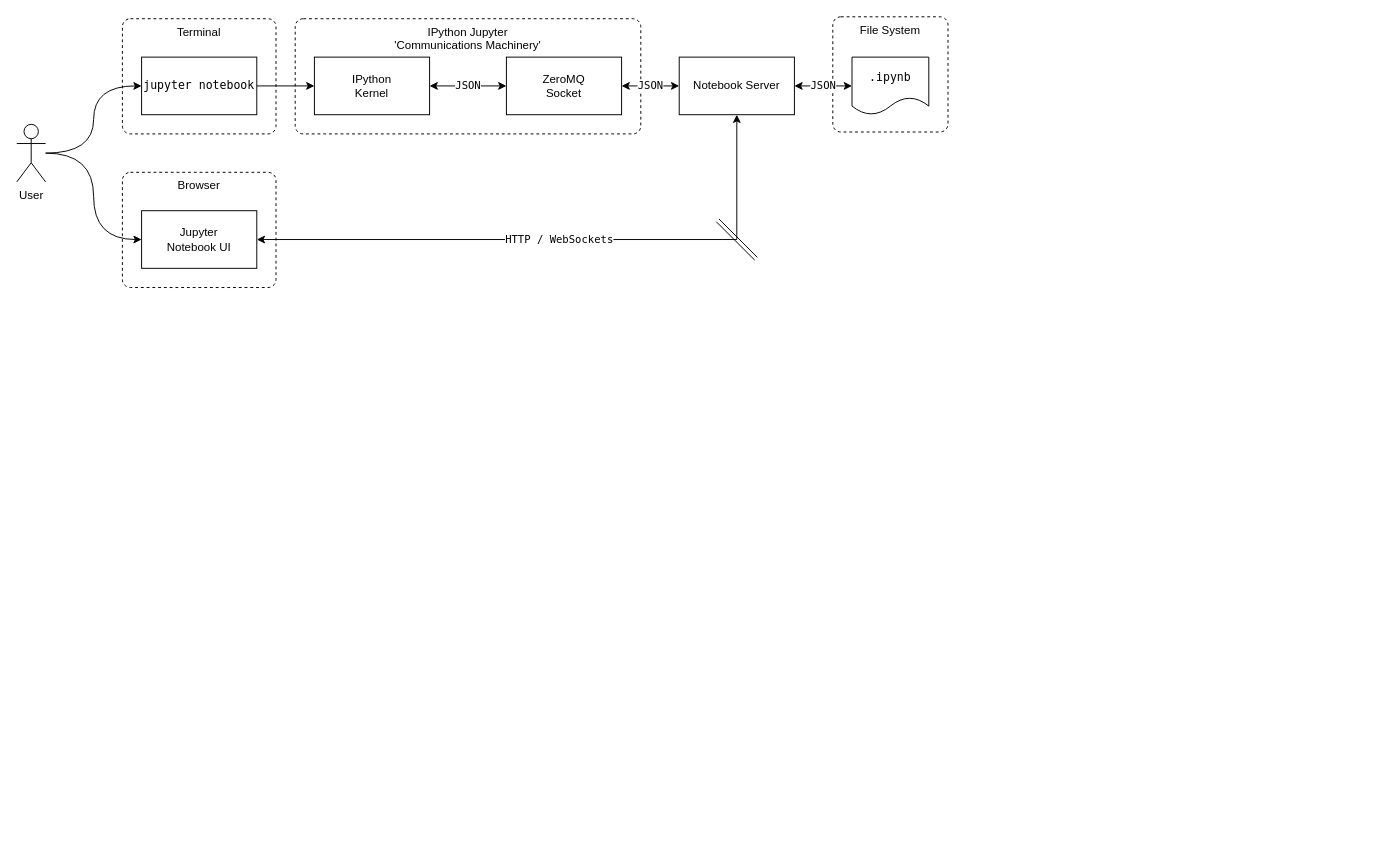
This is jupyter_notebook_architecture.drawio from panningforbacon/panningforbacon.github.io, a draw.io file, before an edit. Source tidied: cells renumbered, new cells numbered last; positions are measured from the earlier drawing's top-left corner, leaving out a move shared by most shapes. Both pictures are drawn from the tidied source at 96%, with x=0, y=0 at pixel (16, 16).
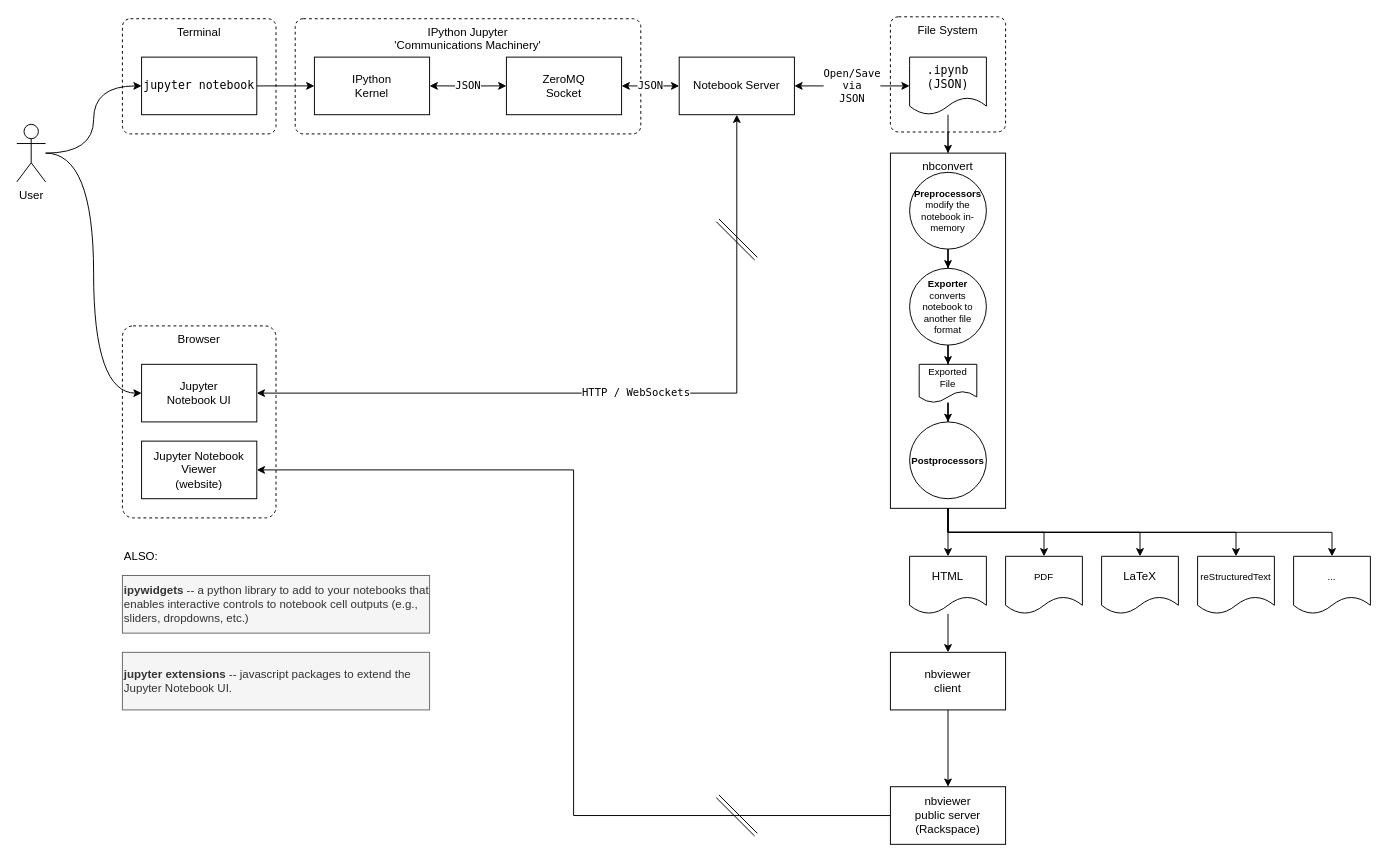
After the change.

Unchanged cells that the change refers to:
```xml
<mxCell id="14" value="Notebook Server" style="rounded=0;whiteSpace=wrap;html=1;" parent="1" vertex="1">
  <mxGeometry x="690" y="42" width="120" height="60" as="geometry" />
</mxCell>
```

The edit, as a diff of the source:
```diff
@@
     <mxCell id="11" value="Browser" style="rounded=1;whiteSpace=wrap;html=1;verticalAlign=top;dashed=1;arcSize=7;" parent="1" vertex="1">
-      <mxGeometry x="110" y="162" width="160" height="120" as="geometry" />
+      <mxGeometry x="110" y="322" width="160" height="200" as="geometry" />
     </mxCell>
     <mxCell id="12" value="Jupyter&lt;br&gt;Notebook UI" style="rounded=0;whiteSpace=wrap;html=1;" parent="1" vertex="1">
-      <mxGeometry x="130" y="202" width="120" height="60" as="geometry" />
+      <mxGeometry x="130" y="362" width="120" height="60" as="geometry" />
     </mxCell>
@@
+    <mxCell id="21" style="edgeStyle=orthogonalEdgeStyle;rounded=0;jettySize=auto;html=1;startArrow=none;startFill=0;fontFamily=Helvetica;fontSize=10;" parent="1" edge="1" source="15" target="28">
+      <mxGeometry relative="1" as="geometry" />
+    </mxCell>
     <mxCell id="15" value="File System" style="rounded=1;whiteSpace=wrap;html=1;verticalAlign=top;dashed=1;arcSize=7;" parent="1" vertex="1">
-      <mxGeometry x="850" width="120" height="120" as="geometry" />
+      <mxGeometry x="910" width="120" height="120" as="geometry" />
     </mxCell>
-    <mxCell id="16" value=".ipynb" style="shape=document;whiteSpace=wrap;html=1;boundedLbl=1;rounded=1;strokeWidth=1;fontFamily=Lucida Console;" parent="1" vertex="1">
-      <mxGeometry x="870" y="42" width="80" height="60" as="geometry" />
+    <mxCell id="16" value=".ipynb&lt;br&gt;(JSON)" style="shape=document;whiteSpace=wrap;html=1;boundedLbl=1;rounded=1;strokeWidth=1;fontFamily=Lucida Console;" parent="1" vertex="1">
+      <mxGeometry x="930" y="42" width="80" height="60" as="geometry" />
     </mxCell>
-    <mxCell id="17" value="JSON" style="edgeStyle=orthogonalEdgeStyle;rounded=0;jettySize=auto;html=1;fontFamily=Lucida Console;startArrow=classic;startFill=1;endArrow=classic;endFill=1;" parent="1" edge="1" source="14" target="16">
+    <mxCell id="17" value="Open/Save&lt;br&gt;via&lt;br&gt;JSON" style="edgeStyle=orthogonalEdgeStyle;rounded=0;jettySize=auto;html=1;fontFamily=Lucida Console;startArrow=classic;startFill=1;endArrow=classic;endFill=1;" parent="1" edge="1" source="14" target="16">
       <mxGeometry relative="1" as="geometry" />
     </mxCell>
@@
+    <mxCell id="22" value="nbconvert" style="rounded=0;whiteSpace=wrap;html=1;verticalAlign=top;" parent="1" vertex="1">
+      <mxGeometry x="910" y="142" width="120" height="370" as="geometry" />
+    </mxCell>
+    <mxCell id="23" style="edgeStyle=orthogonalEdgeStyle;rounded=0;jettySize=auto;html=1;fontFamily=Lucida Console;startArrow=none;startFill=0;endArrow=classic;endFill=1;" parent="1" edge="1" source="16" target="22">
+      <mxGeometry relative="1" as="geometry">
+        <Array as="points">
+          <mxPoint x="970" y="202" />
+        </Array>
+      </mxGeometry>
+    </mxCell>
+    <mxCell id="24" value="HTML" style="shape=document;whiteSpace=wrap;html=1;boundedLbl=1;rounded=1;strokeWidth=1;fontFamily=Helvetica;" parent="1" vertex="1">
+      <mxGeometry x="930" y="562" width="80" height="60" as="geometry" />
+    </mxCell>
+    <mxCell id="25" value="LaTeX" style="shape=document;whiteSpace=wrap;html=1;boundedLbl=1;rounded=1;strokeWidth=1;fontFamily=Helvetica;" parent="1" vertex="1">
+      <mxGeometry x="1130" y="562" width="80" height="60" as="geometry" />
+    </mxCell>
+    <mxCell id="26" value="reStructuredText" style="shape=document;whiteSpace=wrap;html=1;boundedLbl=1;rounded=1;strokeWidth=1;fontFamily=Helvetica;fontSize=10;" parent="1" vertex="1">
+      <mxGeometry x="1230" y="562" width="80" height="60" as="geometry" />
+    </mxCell>
+    <mxCell id="27" style="edgeStyle=orthogonalEdgeStyle;rounded=0;jettySize=auto;html=1;startArrow=none;startFill=0;fontFamily=Helvetica;fontSize=10;" parent="1" edge="1" source="28" target="29">
+      <mxGeometry relative="1" as="geometry" />
+    </mxCell>
+    <mxCell id="28" value="&lt;b&gt;Preprocessors&lt;/b&gt;&lt;br&gt;modify the notebook in-memory" style="ellipse;whiteSpace=wrap;html=1;fontFamily=Helvetica;fontSize=10;" parent="1" vertex="1">
+      <mxGeometry x="930" y="162" width="80" height="80" as="geometry" />
+    </mxCell>
+    <mxCell id="29" value="&lt;b&gt;Exporter&lt;br&gt;&lt;/b&gt;converts notebook to another file format" style="ellipse;whiteSpace=wrap;html=1;fontFamily=Helvetica;fontSize=10;" parent="1" vertex="1">
+      <mxGeometry x="930" y="262" width="80" height="80" as="geometry" />
+    </mxCell>
+    <mxCell id="30" style="edgeStyle=orthogonalEdgeStyle;rounded=0;jettySize=auto;html=1;startArrow=none;startFill=0;fontFamily=Helvetica;fontSize=10;" parent="1" edge="1" source="31" target="32">
+      <mxGeometry relative="1" as="geometry" />
+    </mxCell>
+    <mxCell id="31" value="Exported File" style="shape=document;whiteSpace=wrap;html=1;boundedLbl=1;rounded=1;strokeWidth=1;fontFamily=Helvetica;fontSize=10;" parent="1" vertex="1">
+      <mxGeometry x="940" y="362" width="60" height="40" as="geometry" />
+    </mxCell>
+    <mxCell id="32" value="&lt;b&gt;Postprocessors&lt;/b&gt;" style="ellipse;whiteSpace=wrap;html=1;fontFamily=Helvetica;fontSize=10;" parent="1" vertex="1">
+      <mxGeometry x="930" y="422" width="80" height="80" as="geometry" />
+    </mxCell>
+    <mxCell id="33" style="edgeStyle=orthogonalEdgeStyle;rounded=0;jettySize=auto;html=1;startArrow=none;startFill=0;fontFamily=Helvetica;fontSize=10;" parent="1" edge="1" source="29" target="31">
+      <mxGeometry relative="1" as="geometry" />
+    </mxCell>
+    <mxCell id="34" style="edgeStyle=orthogonalEdgeStyle;rounded=0;jettySize=auto;html=1;startArrow=none;startFill=0;fontFamily=Helvetica;fontSize=10;exitX=0.5;exitY=1;exitDx=0;exitDy=0;" parent="1" edge="1" source="22" target="24">
+      <mxGeometry relative="1" as="geometry" />
+    </mxCell>
+    <mxCell id="35" style="edgeStyle=orthogonalEdgeStyle;rounded=0;jettySize=auto;html=1;startArrow=none;startFill=0;fontFamily=Helvetica;fontSize=10;exitX=0.5;exitY=1;exitDx=0;exitDy=0;" parent="1" edge="1" source="22" target="25">
+      <mxGeometry relative="1" as="geometry" />
+    </mxCell>
+    <mxCell id="36" style="edgeStyle=orthogonalEdgeStyle;rounded=0;jettySize=auto;html=1;startArrow=none;startFill=0;fontFamily=Helvetica;fontSize=10;exitX=0.5;exitY=1;exitDx=0;exitDy=0;" parent="1" edge="1" source="22" target="26">
+      <mxGeometry relative="1" as="geometry" />
+    </mxCell>
+    <mxCell id="37" value="nbviewer&lt;br&gt;public server&lt;br&gt;(Rackspace)" style="rounded=0;whiteSpace=wrap;html=1;" parent="1" vertex="1">
+      <mxGeometry x="910" y="802" width="120" height="60" as="geometry" />
+    </mxCell>
+    <mxCell id="38" value="Jupyter Notebook Viewer&lt;br&gt;(website)" style="rounded=0;whiteSpace=wrap;html=1;" parent="1" vertex="1">
+      <mxGeometry x="130" y="442" width="120" height="60" as="geometry" />
+    </mxCell>
+    <mxCell id="39" style="shape=link;html=1;startArrow=classic;startFill=1;endArrow=classic;endFill=1;fontFamily=Lucida Console;" parent="1" edge="1">
+      <mxGeometry relative="1" as="geometry">
+        <mxPoint x="770" y="852" as="sourcePoint" />
+        <mxPoint x="730" y="812" as="targetPoint" />
+      </mxGeometry>
+    </mxCell>
+    <mxCell id="40" style="edgeStyle=orthogonalEdgeStyle;rounded=0;jettySize=auto;html=1;startArrow=none;startFill=0;fontFamily=Helvetica;fontSize=10;" parent="1" edge="1" source="24" target="41">
+      <mxGeometry relative="1" as="geometry" />
+    </mxCell>
+    <mxCell id="41" value="nbviewer&lt;br&gt;client" style="rounded=0;whiteSpace=wrap;html=1;" parent="1" vertex="1">
+      <mxGeometry x="910" y="662" width="120" height="60" as="geometry" />
+    </mxCell>
+    <mxCell id="42" value="PDF" style="shape=document;whiteSpace=wrap;html=1;boundedLbl=1;rounded=1;strokeWidth=1;fontFamily=Helvetica;fontSize=10;" parent="1" vertex="1">
+      <mxGeometry x="1030" y="562" width="80" height="60" as="geometry" />
+    </mxCell>
+    <mxCell id="43" style="edgeStyle=orthogonalEdgeStyle;rounded=0;jettySize=auto;html=1;startArrow=none;startFill=0;fontFamily=Helvetica;fontSize=10;exitX=0.5;exitY=1;exitDx=0;exitDy=0;" parent="1" edge="1" source="22" target="42">
+      <mxGeometry relative="1" as="geometry" />
+    </mxCell>
+    <mxCell id="44" style="edgeStyle=orthogonalEdgeStyle;rounded=0;jettySize=auto;html=1;startArrow=none;startFill=0;fontFamily=Helvetica;fontSize=10;exitX=0.5;exitY=1;exitDx=0;exitDy=0;" parent="1" edge="1" source="41" target="37">
+      <mxGeometry relative="1" as="geometry" />
+    </mxCell>
+    <mxCell id="45" style="edgeStyle=orthogonalEdgeStyle;rounded=0;jettySize=auto;html=1;startArrow=none;startFill=0;fontFamily=Helvetica;fontSize=10;entryX=1;entryY=0.5;entryDx=0;entryDy=0;" parent="1" edge="1" source="37" target="38">
+      <mxGeometry relative="1" as="geometry" />
+    </mxCell>
+    <mxCell id="46" value="..." style="shape=document;whiteSpace=wrap;html=1;boundedLbl=1;rounded=1;strokeWidth=1;fontFamily=Helvetica;fontSize=10;" parent="1" vertex="1">
+      <mxGeometry x="1330" y="562" width="80" height="60" as="geometry" />
+    </mxCell>
+    <mxCell id="47" style="edgeStyle=orthogonalEdgeStyle;rounded=0;jettySize=auto;html=1;startArrow=none;startFill=0;fontFamily=Helvetica;fontSize=10;exitX=0.5;exitY=1;exitDx=0;exitDy=0;" parent="1" edge="1" source="22" target="46">
+      <mxGeometry relative="1" as="geometry" />
+    </mxCell>
+    <mxCell id="48" value="&lt;b&gt;ipywidgets&lt;/b&gt; -- a python library to add to your notebooks that enables interactive controls to notebook cell outputs (e.g., sliders, dropdowns, etc.)" style="rounded=0;whiteSpace=wrap;html=1;fillColor=#f5f5f5;strokeColor=#666666;fontColor=#333333;align=left;" parent="1" vertex="1">
+      <mxGeometry x="110" y="582" width="320" height="60" as="geometry" />
+    </mxCell>
+    <mxCell id="49" value="&lt;b&gt;jupyter extensions&amp;nbsp;&lt;/b&gt;-- javascript packages to extend the Jupyter Notebook UI." style="rounded=0;whiteSpace=wrap;html=1;fillColor=#f5f5f5;strokeColor=#666666;fontColor=#333333;align=left;" parent="1" vertex="1">
+      <mxGeometry x="110" y="662" width="320" height="60" as="geometry" />
+    </mxCell>
+    <mxCell id="50" value="ALSO:" style="text;html=1;strokeColor=none;fillColor=none;align=left;verticalAlign=middle;whiteSpace=wrap;rounded=0;" parent="1" vertex="1">
+      <mxGeometry x="110" y="542" width="70" height="40" as="geometry" />
+    </mxCell>
```
